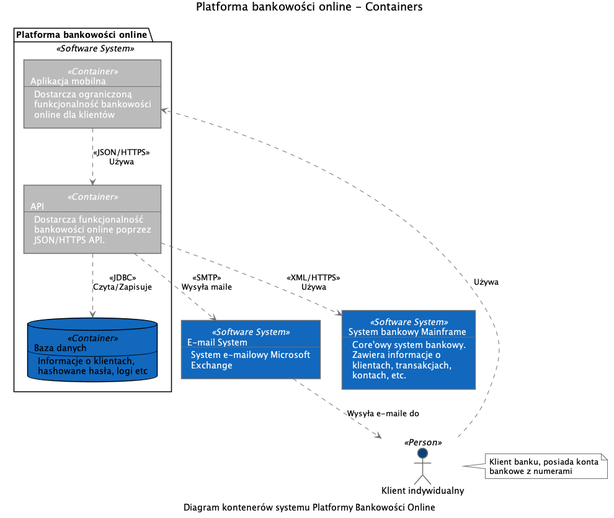
Before: img/c2.png, a diagram exported from PlantUML (wyhasany/model-c4-generator). Its diagram source:
```plantuml
@startuml(id=Containers)
scale max 2000x2000
title Platforma bankowości online - Containers
caption Diagram kontenerów systemu Platformy Bankowości Online

skinparam {
  shadowing false
  arrowColor #707070
  actorBorderColor #707070
  componentBorderColor #707070
  rectangleBorderColor #707070
  noteBackgroundColor #ffffff
  noteBorderColor #707070
  rectangleFontColor #ffffff
  rectangleStereotypeFontColor #ffffff
}
rectangle 4 <<Software System>> #1168bd [
  E-mail System
  --
  System e-mailowy Microsoft
  Exchange
]
actor "Klient indywidualny" <<Person>> as 1 #08427b
note right of 1
  Klient banku, posiada konta
  bankowe z numerami
end note
rectangle 3 <<Software System>> #1168bd [
  System bankowy Mainframe
  --
  Core'owy system bankowy.
  Zawiera informacje o
  klientach, transakcjach,
  kontach, etc.
]
package "Platforma bankowości online" <<Software System>> {
  rectangle 10 <<Container>> #bbbbbb [
    API
    --
    Dostarcza funkcjonalność
    bankowości online poprzez
    JSON/HTTPS API.
  ]
  rectangle 9 <<Container>> #bbbbbb [
    Aplikacja mobilna
    --
    Dostarcza ograniczoną
    funkcjonalność bankowości
    online dla klientów
  ]
  database 11 <<Container>> #1168bd [
    Baza danych
    --
    Informacje o klientach,
    hashowane hasła, logi etc
  ]
}
10 .[#707070].> 11 : <<JDBC>>\nCzyta/Zapisuje
10 .[#707070].> 4 : <<SMTP>>\nWysyła maile
10 .[#707070].> 3 : <<XML/HTTPS>>\nUżywa
9 .[#707070].> 10 : <<JSON/HTTPS>>\nUżywa
4 .[#707070].> 1 : Wysyła e-maile do
1 .[#707070].> 9 : Używa
@enduml
```
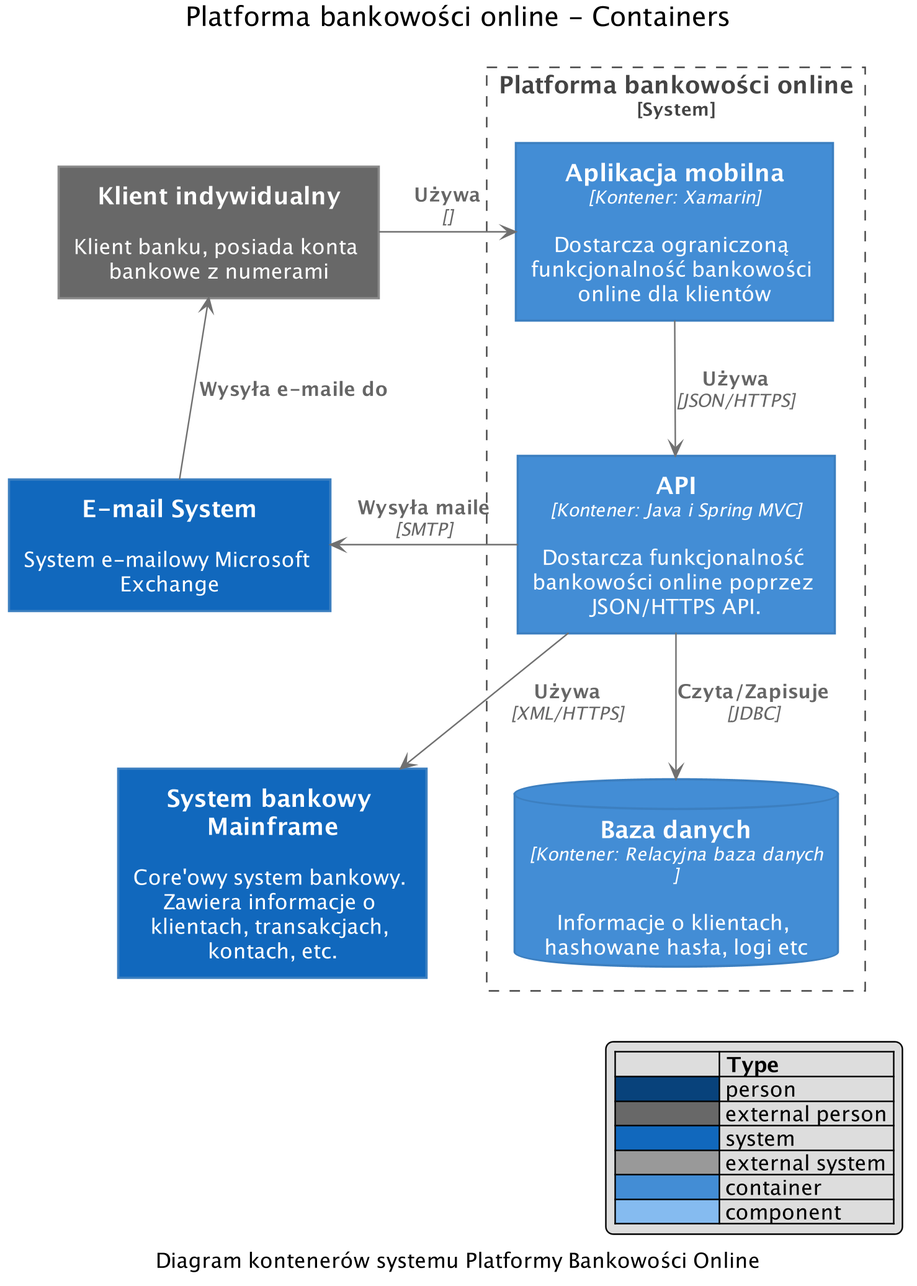
Above is the later version.

The edit, as a diff of the source:
```diff
@@ -1,4 +1,448 @@
 @startuml(id=Containers)
+
+
+
+
+
+skinparam defaultTextAlignment center
+
+skinparam wrapWidth 200
+skinparam maxMessageSize 150
+
+skinparam rectangle {
+    StereotypeFontSize 12
+    shadowing false
+}
+
+skinparam database {
+    StereotypeFontSize 12
+    shadowing false
+}
+
+skinparam Arrow {
+    Color #666666
+    FontColor #666666
+    FontSize 12
+}
+
+skinparam rectangle<<boundary>> {
+    Shadowing false
+    StereotypeFontSize 0
+    FontColor #444444
+    BorderColor #444444
+    BorderStyle dashed
+}
+
+
+
+
+
+
+
+
+
+
+
+
+
+
+
+
+
+
+
+
+
+
+skinparam defaultTextAlignment center
+
+skinparam wrapWidth 200
+skinparam maxMessageSize 150
+
+skinparam rectangle {
+    StereotypeFontSize 12
+    shadowing false
+}
+
+skinparam database {
+    StereotypeFontSize 12
+    shadowing false
+}
+
+skinparam Arrow {
+    Color #666666
+    FontColor #666666
+    FontSize 12
+}
+
+skinparam rectangle<<boundary>> {
+    Shadowing false
+    StereotypeFontSize 0
+    FontColor #444444
+    BorderColor #444444
+    BorderStyle dashed
+}
+
+
+
+
+
+
+
+
+
+
+
+
+
+
+
+
+
+
+
+
+
+
+skinparam rectangle<<person>> {
+    StereotypeFontColor #FFFFFF
+    FontColor #FFFFFF
+    BackgroundColor #08427B
+    BorderColor #073B6F
+}
+
+skinparam rectangle<<external_person>> {
+    StereotypeFontColor #FFFFFF
+    FontColor #FFFFFF
+    BackgroundColor #686868
+    BorderColor #8A8A8A
+}
+
+skinparam rectangle<<system>> {
+    StereotypeFontColor #FFFFFF
+    FontColor #FFFFFF
+    BackgroundColor #1168BD
+    BorderColor #3C7FC0
+}
+
+skinparam rectangle<<external_system>> {
+    StereotypeFontColor #FFFFFF
+    FontColor #FFFFFF
+    BackgroundColor #999999
+    BorderColor #8A8A8A
+}
+
+skinparam database<<system>> {
+    StereotypeFontColor #FFFFFF
+    FontColor #FFFFFF
+    BackgroundColor #1168BD
+    BorderColor #3C7FC0
+}
+
+skinparam database<<external_system>> {
+    StereotypeFontColor #FFFFFF
+    FontColor #FFFFFF
+    BackgroundColor #999999
+    BorderColor #8A8A8A
+}
+
+
+
+
+
+
+
+
+
+
+
+
+
+
+
+
+skinparam defaultTextAlignment center
+
+skinparam wrapWidth 200
+skinparam maxMessageSize 150
+
+skinparam rectangle {
+    StereotypeFontSize 12
+    shadowing false
+}
+
+skinparam database {
+    StereotypeFontSize 12
+    shadowing false
+}
+
+skinparam Arrow {
+    Color #666666
+    FontColor #666666
+    FontSize 12
+}
+
+skinparam rectangle<<boundary>> {
+    Shadowing false
+    StereotypeFontSize 0
+    FontColor #444444
+    BorderColor #444444
+    BorderStyle dashed
+}
+
+
+
+
+
+
+
+
+
+
+
+
+
+
+
+
+
+
+
+
+
+
+skinparam rectangle<<person>> {
+    StereotypeFontColor #FFFFFF
+    FontColor #FFFFFF
+    BackgroundColor #08427B
+    BorderColor #073B6F
+}
+
+skinparam rectangle<<external_person>> {
+    StereotypeFontColor #FFFFFF
+    FontColor #FFFFFF
+    BackgroundColor #686868
+    BorderColor #8A8A8A
+}
+
+skinparam rectangle<<system>> {
+    StereotypeFontColor #FFFFFF
+    FontColor #FFFFFF
+    BackgroundColor #1168BD
+    BorderColor #3C7FC0
+}
+
+skinparam rectangle<<external_system>> {
+    StereotypeFontColor #FFFFFF
+    FontColor #FFFFFF
+    BackgroundColor #999999
+    BorderColor #8A8A8A
+}
+
+skinparam database<<system>> {
+    StereotypeFontColor #FFFFFF
+    FontColor #FFFFFF
+    BackgroundColor #1168BD
+    BorderColor #3C7FC0
+}
+
+skinparam database<<external_system>> {
+    StereotypeFontColor #FFFFFF
+    FontColor #FFFFFF
+    BackgroundColor #999999
+    BorderColor #8A8A8A
+}
+
+
+
+
+
+
+
+
+
+
+
+
+
+
+
+
+skinparam rectangle<<container>> {
+    StereotypeFontColor #FFFFFF
+    FontColor #FFFFFF
+    BackgroundColor #438DD5
+    BorderColor #3C7FC0
+}
+
+skinparam database<<container>> {
+    StereotypeFontColor #FFFFFF
+    FontColor #FFFFFF
+    BackgroundColor #438DD5
+    BorderColor #3C7FC0
+}
+
+
+
+
+
+
+
+
+
+
+
+
+skinparam defaultTextAlignment center
+
+skinparam wrapWidth 200
+skinparam maxMessageSize 150
+
+skinparam rectangle {
+    StereotypeFontSize 12
+    shadowing false
+}
+
+skinparam database {
+    StereotypeFontSize 12
+    shadowing false
+}
+
+skinparam Arrow {
+    Color #666666
+    FontColor #666666
+    FontSize 12
+}
+
+skinparam rectangle<<boundary>> {
+    Shadowing false
+    StereotypeFontSize 0
+    FontColor #444444
+    BorderColor #444444
+    BorderStyle dashed
+}
+
+
+
+
+
+
+
+
+
+
+
+
+
+
+
+
+
+
+
+
+
+
+skinparam rectangle<<person>> {
+    StereotypeFontColor #FFFFFF
+    FontColor #FFFFFF
+    BackgroundColor #08427B
+    BorderColor #073B6F
+}
+
+skinparam rectangle<<external_person>> {
+    StereotypeFontColor #FFFFFF
+    FontColor #FFFFFF
+    BackgroundColor #686868
+    BorderColor #8A8A8A
+}
+
+skinparam rectangle<<system>> {
+    StereotypeFontColor #FFFFFF
+    FontColor #FFFFFF
+    BackgroundColor #1168BD
+    BorderColor #3C7FC0
+}
+
+skinparam rectangle<<external_system>> {
+    StereotypeFontColor #FFFFFF
+    FontColor #FFFFFF
+    BackgroundColor #999999
+    BorderColor #8A8A8A
+}
+
+skinparam database<<system>> {
+    StereotypeFontColor #FFFFFF
+    FontColor #FFFFFF
+    BackgroundColor #1168BD
+    BorderColor #3C7FC0
+}
+
+skinparam database<<external_system>> {
+    StereotypeFontColor #FFFFFF
+    FontColor #FFFFFF
+    BackgroundColor #999999
+    BorderColor #8A8A8A
+}
+
+
+
+
+
+
+
+
+
+
+
+
+
+
+
+
+skinparam rectangle<<container>> {
+    StereotypeFontColor #FFFFFF
+    FontColor #FFFFFF
+    BackgroundColor #438DD5
+    BorderColor #3C7FC0
+}
+
+skinparam database<<container>> {
+    StereotypeFontColor #FFFFFF
+    FontColor #FFFFFF
+    BackgroundColor #438DD5
+    BorderColor #3C7FC0
+}
+
+
+
+
+
+
+
+
+
+
+
+
+skinparam rectangle<<component>> {
+    StereotypeFontColor #FFFFFF
+    FontColor #000000
+    BackgroundColor #85BBF0
+    BorderColor #78A8D8
+}
+
+skinparam database<<component>> {
+    StereotypeFontColor #FFFFFF
+    FontColor #000000
+    BackgroundColor #85BBF0
+    BorderColor #78A8D8
+}
+
+
+
+
+
 scale max 2000x2000
 title Platforma bankowości online - Containers
 caption Diagram kontenerów systemu Platformy Bankowości Online
@@ -14,51 +458,29 @@
   rectangleFontColor #ffffff
   rectangleStereotypeFontColor #ffffff
 }
-rectangle 4 <<Software System>> #1168bd [
-  E-mail System
-  --
-  System e-mailowy Microsoft
-  Exchange
-]
-actor "Klient indywidualny" <<Person>> as 1 #08427b
-note right of 1
-  Klient banku, posiada konta
-  bankowe z numerami
-end note
-rectangle 3 <<Software System>> #1168bd [
-  System bankowy Mainframe
-  --
-  Core'owy system bankowy.
-  Zawiera informacje o
-  klientach, transakcjach,
-  kontach, etc.
-]
-package "Platforma bankowości online" <<Software System>> {
-  rectangle 10 <<Container>> #bbbbbb [
-    API
-    --
-    Dostarcza funkcjonalność
-    bankowości online poprzez
-    JSON/HTTPS API.
-  ]
-  rectangle 9 <<Container>> #bbbbbb [
-    Aplikacja mobilna
-    --
-    Dostarcza ograniczoną
-    funkcjonalność bankowości
-    online dla klientów
-  ]
-  database 11 <<Container>> #1168bd [
-    Baza danych
-    --
-    Informacje o klientach,
-    hashowane hasła, logi etc
-  ]
+rectangle "==E-mail System\n\n System e-mailowy Microsoft Exchange" <<system>> as 4
+rectangle "==Klient indywidualny\n\n Klient banku, posiada konta bankowe z numerami" <<external_person>> as 1
+rectangle "==System bankowy Mainframe\n\n Core'owy system bankowy. Zawiera informacje o klientach, transakcjach, kontach, etc." <<system>> as 3
+rectangle "==Platforma bankowości online\n<size:12>[System]</size>" <<boundary>> as 2_boundary {
+  rectangle "==API\n//<size:12>[Kontener: Java i Spring MVC]</size>//\n\n Dostarcza funkcjonalność bankowości online poprzez JSON/HTTPS API." <<container>> as 10
+  rectangle "==Aplikacja mobilna\n//<size:12>[Kontener: Xamarin]</size>//\n\n Dostarcza ograniczoną funkcjonalność bankowości online dla klientów" <<container>> as 9
+  database "==Baza danych\n//<size:12>[Kontener: Relacyjna baza danych]</size>//\n\n Informacje o klientach, hashowane hasła, logi etc" <<container>> as 11
 }
-10 .[#707070].> 11 : <<JDBC>>\nCzyta/Zapisuje
-10 .[#707070].> 4 : <<SMTP>>\nWysyła maile
-10 .[#707070].> 3 : <<XML/HTTPS>>\nUżywa
-9 .[#707070].> 10 : <<JSON/HTTPS>>\nUżywa
-4 .[#707070].> 1 : Wysyła e-maile do
-1 .[#707070].> 9 : Używa
+10 -DOWN-> 11 : "===Czyta/Zapisuje\n//<size:12>[JDBC]</size>//"
+10 -LEFT-> 4 : "===Wysyła maile\n//<size:12>[SMTP]</size>//"
+10 -DOWN-> 3 : "===Używa\n//<size:12>[XML/HTTPS]</size>//"
+9 -DOWN-> 10 : "===Używa\n//<size:12>[JSON/HTTPS]</size>//"
+4 -UP-> 1 : "===Wysyła e-maile do"
+4 -[hidden]D- 3
+1 -RIGHT-> 9 : "===Używa\n//<size:12>[]</size>//"
+hide stereotype
+legend right
+|=              |= Type |
+|<#08427B>      | person |
+|<#686868>      | external person |
+|<#1168BD>   | system |
+|<#999999>      | external system |
+|<#438DD5>   | container |
+|<#85BBF0>   | component |
+endlegend
 @enduml
```
